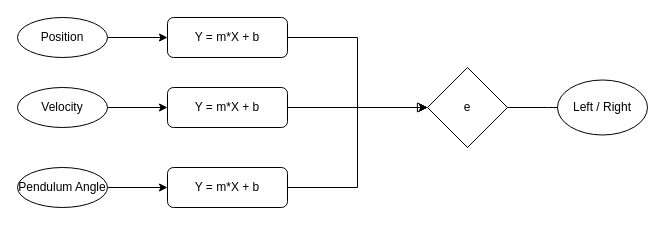
tentone/cart-pendulum keeps this draw.io diagram as readme/model.drawio. Above is the earlier version. Source tidied: cells renumbered, new cells numbered last; positions are measured from the earlier drawing's top-left corner, leaving out a move shared by most shapes. Both pictures are drawn from the tidied source at 100%, with x=0, y=0 at pixel (17, 17).
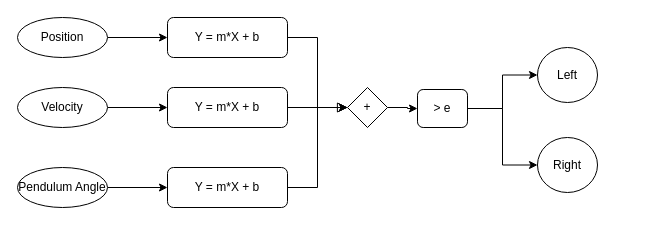
The same page after the edit.

What changed in the source:
```diff
@@
-    <mxCell id="14" style="edgeStyle=orthogonalEdgeStyle;rounded=0;jettySize=auto;html=1;exitX=1;exitY=0.5;exitDx=0;exitDy=0;" parent="1" edge="1" source="15">
-      <mxGeometry relative="1" as="geometry">
-        <mxPoint x="570" y="90" as="targetPoint" />
-      </mxGeometry>
-    </mxCell>
+    <mxCell id="17" style="edgeStyle=orthogonalEdgeStyle;rounded=0;jettySize=auto;html=1;entryX=0;entryY=0.5;entryDx=0;entryDy=0;" parent="1" edge="1" source="15" target="20">
+      <mxGeometry relative="1" as="geometry" />
+    </mxCell>
-    <mxCell id="15" value="e" style="rhombus;whiteSpace=wrap;html=1;" parent="1" vertex="1">
-      <mxGeometry x="410" y="50" width="80" height="80" as="geometry" />
+    <mxCell id="15" value="+" style="rhombus;whiteSpace=wrap;html=1;" parent="1" vertex="1">
+      <mxGeometry x="330" y="70" width="40" height="40" as="geometry" />
     </mxCell>
-    <mxCell id="16" value="Left / Right" style="ellipse;whiteSpace=wrap;html=1;" parent="1" vertex="1">
-      <mxGeometry x="540" y="62.5" width="90" height="55" as="geometry" />
+    <mxCell id="16" value="Left" style="ellipse;whiteSpace=wrap;html=1;" parent="1" vertex="1">
+      <mxGeometry x="520" y="30" width="60" height="55" as="geometry" />
     </mxCell>
+    <mxCell id="18" style="edgeStyle=orthogonalEdgeStyle;rounded=0;jettySize=auto;html=1;entryX=0;entryY=0.5;entryDx=0;entryDy=0;" parent="1" edge="1" source="20" target="16">
+      <mxGeometry relative="1" as="geometry" />
+    </mxCell>
+    <mxCell id="19" style="edgeStyle=orthogonalEdgeStyle;rounded=0;jettySize=auto;html=1;exitX=1;exitY=0.5;exitDx=0;exitDy=0;entryX=0;entryY=0.5;entryDx=0;entryDy=0;" parent="1" edge="1" source="20" target="21">
+      <mxGeometry relative="1" as="geometry" />
+    </mxCell>
+    <mxCell id="20" value="&amp;gt; e" style="rounded=1;whiteSpace=wrap;html=1;" parent="1" vertex="1">
+      <mxGeometry x="400" y="72" width="50" height="38" as="geometry" />
+    </mxCell>
+    <mxCell id="21" value="Right" style="ellipse;whiteSpace=wrap;html=1;" parent="1" vertex="1">
+      <mxGeometry x="520" y="120" width="60" height="55" as="geometry" />
+    </mxCell>
```
